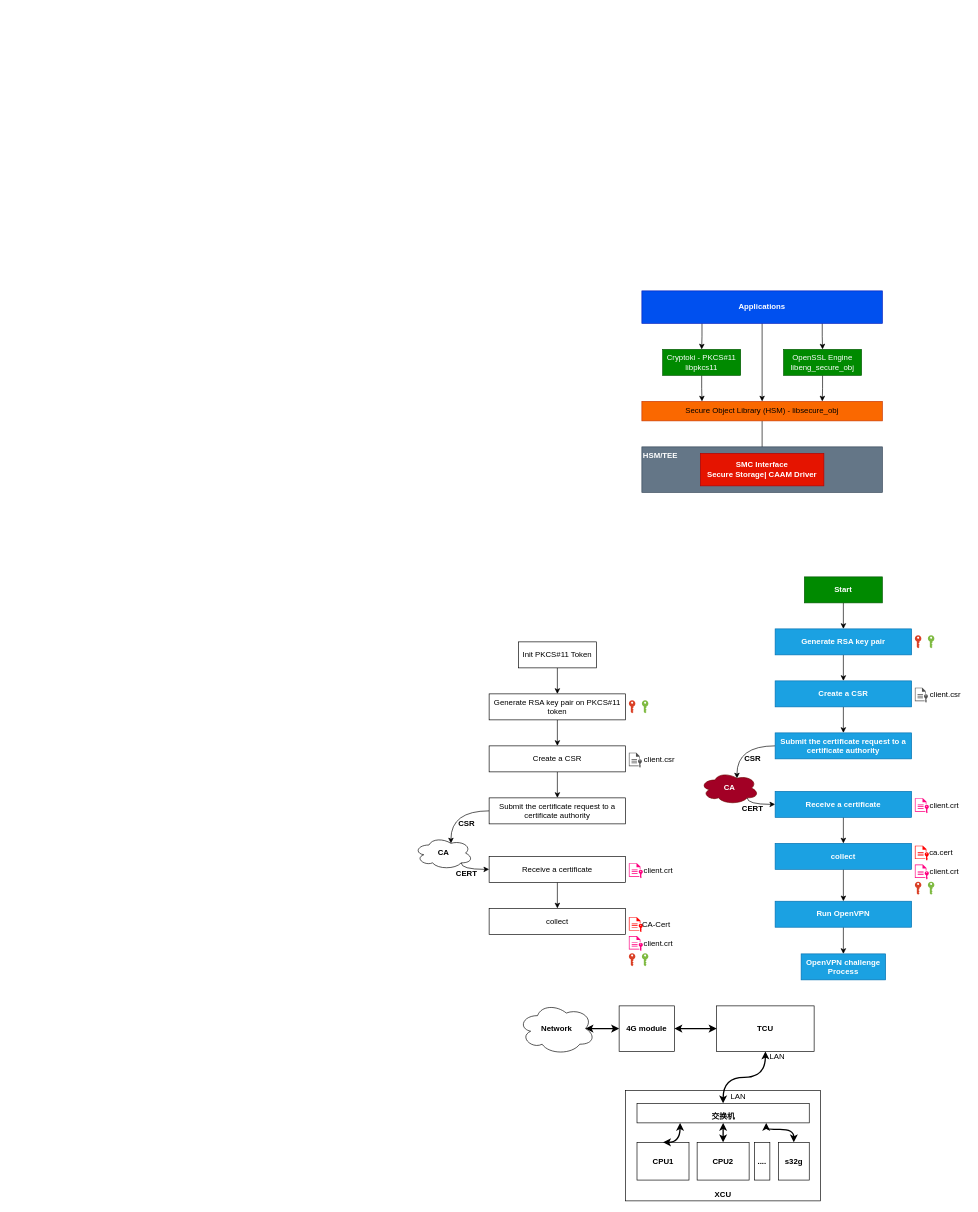
carloscn/drawio keeps this draw.io diagram as tcu_pkcs11.drawio. Above is the earlier version. Source tidied: cells renumbered, new cells numbered last; positions are measured from the earlier drawing's top-left corner, leaving out a move shared by most shapes. Both pictures are drawn from the tidied source at 65%, with x=0, y=0 at pixel (414, 291).
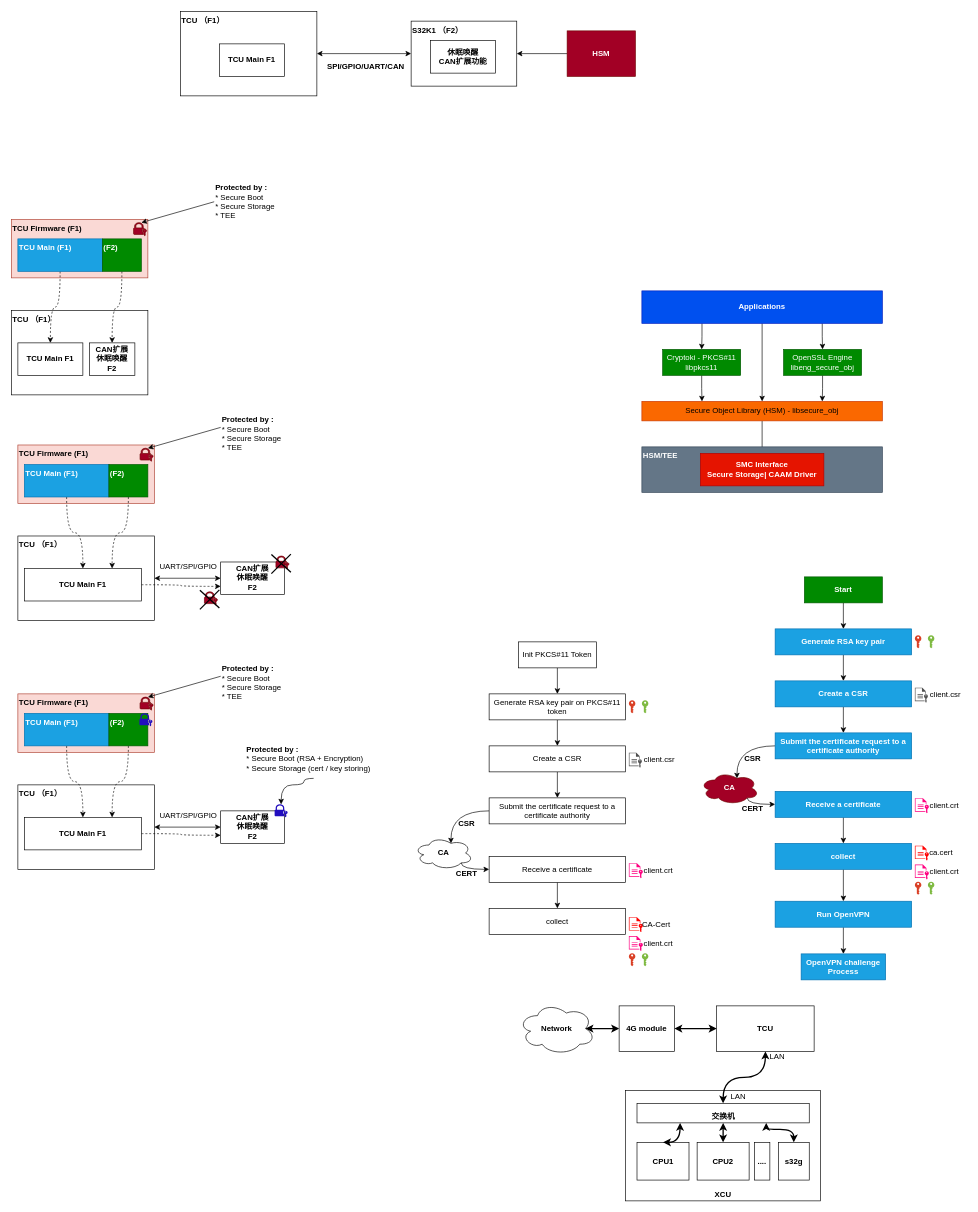
Above is the later version.

Change to the diagram source:
```diff
@@
+    <mxCell id="99" value="TCU Firmware (F1)" style="rounded=0;whiteSpace=wrap;html=1;align=left;horizontal=1;verticalAlign=top;fontStyle=1;fillColor=#fad9d5;strokeColor=#ae4132;" parent="1" vertex="1">
+      <mxGeometry x="-620" y="-110" width="210" height="90" as="geometry" />
+    </mxCell>
@@
+    <mxCell id="100" value="TCU （F1）" style="rounded=0;whiteSpace=wrap;html=1;align=left;horizontal=1;verticalAlign=top;fontStyle=1;" parent="1" vertex="1">
+      <mxGeometry x="-620" y="30" width="210" height="130" as="geometry" />
+    </mxCell>
+    <mxCell id="101" value="CAN扩展&lt;br&gt;休眠唤醒&lt;br&gt;F2" style="rounded=0;whiteSpace=wrap;html=1;fontStyle=1;" parent="1" vertex="1">
+      <mxGeometry x="-500" y="80" width="70" height="50" as="geometry" />
+    </mxCell>
+    <mxCell id="102" style="sketch=0;shadow=0;dashed=0;html=1;strokeColor=#6F0000;fillColor=#a20025;labelPosition=center;verticalLabelPosition=bottom;verticalAlign=top;align=center;shape=mxgraph.office.security.lock_with_key_security;fontColor=#ffffff;" parent="1" vertex="1">
+      <mxGeometry x="-432" y="-105" width="20" height="20" as="geometry" />
+    </mxCell>
+    <mxCell id="103" style="edgeStyle=orthogonalEdgeStyle;rounded=0;jettySize=auto;html=1;exitX=0.5;exitY=1;exitDx=0;exitDy=0;dashed=1;curved=1;" parent="1" edge="1" source="104" target="107">
+      <mxGeometry relative="1" as="geometry" />
+    </mxCell>
+    <mxCell id="104" value="TCU Main (F1)" style="rounded=0;whiteSpace=wrap;html=1;align=left;horizontal=1;verticalAlign=top;fontStyle=1;fillColor=#1ba1e2;fontColor=#ffffff;strokeColor=#006EAF;" parent="1" vertex="1">
+      <mxGeometry x="-610" y="-80" width="130" height="50" as="geometry" />
+    </mxCell>
+    <mxCell id="105" style="edgeStyle=orthogonalEdgeStyle;rounded=0;jettySize=auto;html=1;exitX=0.5;exitY=1;exitDx=0;exitDy=0;dashed=1;curved=1;" parent="1" edge="1" source="106" target="101">
+      <mxGeometry relative="1" as="geometry" />
+    </mxCell>
+    <mxCell id="106" value="(F2)" style="rounded=0;whiteSpace=wrap;html=1;align=left;horizontal=1;verticalAlign=top;fontStyle=1;fillColor=#008a00;strokeColor=#005700;fontColor=#ffffff;" parent="1" vertex="1">
+      <mxGeometry x="-480" y="-80" width="60" height="50" as="geometry" />
+    </mxCell>
+    <mxCell id="107" value="TCU Main F1" style="rounded=0;whiteSpace=wrap;html=1;fontStyle=1;" parent="1" vertex="1">
+      <mxGeometry x="-610" y="80" width="100" height="50" as="geometry" />
+    </mxCell>
+    <mxCell id="108" style="endArrow=classic;html=1;rounded=0;" parent="1" edge="1">
+      <mxGeometry relative="1" as="geometry">
+        <mxPoint x="-308" y="-137.1" as="sourcePoint" />
+        <mxPoint x="-420" y="-105" as="targetPoint" />
+      </mxGeometry>
+    </mxCell>
+    <mxCell id="109" value="&lt;b&gt;Protected by :&lt;br&gt;&lt;/b&gt;* Secure Boot&lt;br&gt;* Secure Storage&lt;br&gt;* TEE" style="text;html=1;strokeColor=none;fillColor=none;align=left;verticalAlign=middle;whiteSpace=wrap;rounded=0;" parent="1" vertex="1">
+      <mxGeometry x="-308" y="-167.1" width="180" height="60" as="geometry" />
+    </mxCell>
+    <mxCell id="110" value="TCU Firmware (F1)" style="rounded=0;whiteSpace=wrap;html=1;align=left;horizontal=1;verticalAlign=top;fontStyle=1;fillColor=#fad9d5;strokeColor=#ae4132;" parent="1" vertex="1">
+      <mxGeometry x="-610" y="237.1" width="210" height="90" as="geometry" />
+    </mxCell>
+    <mxCell id="111" style="edgeStyle=orthogonalEdgeStyle;rounded=0;jettySize=auto;html=1;exitX=1;exitY=0.5;exitDx=0;exitDy=0;startArrow=classic;startFill=1;" parent="1" edge="1" source="112" target="113">
+      <mxGeometry relative="1" as="geometry" />
+    </mxCell>
+    <mxCell id="112" value="TCU （F1）" style="rounded=0;whiteSpace=wrap;html=1;align=left;horizontal=1;verticalAlign=top;fontStyle=1;" parent="1" vertex="1">
+      <mxGeometry x="-610" y="377.1" width="210" height="130" as="geometry" />
+    </mxCell>
+    <mxCell id="113" value="CAN扩展&lt;br&gt;休眠唤醒&lt;br&gt;F2" style="rounded=0;whiteSpace=wrap;html=1;fontStyle=1;" parent="1" vertex="1">
+      <mxGeometry x="-298" y="417.1" width="98" height="50" as="geometry" />
+    </mxCell>
+    <mxCell id="114" style="sketch=0;shadow=0;dashed=0;html=1;strokeColor=#6F0000;fillColor=#a20025;labelPosition=center;verticalLabelPosition=bottom;verticalAlign=top;align=center;shape=mxgraph.office.security.lock_with_key_security;fontColor=#ffffff;" parent="1" vertex="1">
+      <mxGeometry x="-422" y="242.1" width="20" height="20" as="geometry" />
+    </mxCell>
+    <mxCell id="115" style="edgeStyle=orthogonalEdgeStyle;rounded=0;jettySize=auto;html=1;exitX=0.5;exitY=1;exitDx=0;exitDy=0;dashed=1;curved=1;" parent="1" edge="1" source="116" target="120">
+      <mxGeometry relative="1" as="geometry" />
+    </mxCell>
+    <mxCell id="116" value="TCU Main (F1)" style="rounded=0;whiteSpace=wrap;html=1;align=left;horizontal=1;verticalAlign=top;fontStyle=1;fillColor=#1ba1e2;fontColor=#ffffff;strokeColor=#006EAF;" parent="1" vertex="1">
+      <mxGeometry x="-600" y="267.1" width="130" height="50" as="geometry" />
+    </mxCell>
+    <mxCell id="117" style="edgeStyle=orthogonalEdgeStyle;rounded=0;jettySize=auto;html=1;exitX=0.5;exitY=1;exitDx=0;exitDy=0;entryX=0.75;entryY=0;entryDx=0;entryDy=0;elbow=vertical;curved=1;dashed=1;" parent="1" edge="1" source="118" target="120">
+      <mxGeometry relative="1" as="geometry" />
+    </mxCell>
+    <mxCell id="118" value="(F2)" style="rounded=0;whiteSpace=wrap;html=1;align=left;horizontal=1;verticalAlign=top;fontStyle=1;fillColor=#008a00;strokeColor=#005700;fontColor=#ffffff;" parent="1" vertex="1">
+      <mxGeometry x="-470" y="267.1" width="60" height="50" as="geometry" />
+    </mxCell>
+    <mxCell id="119" style="edgeStyle=orthogonalEdgeStyle;rounded=0;jettySize=auto;html=1;exitX=1;exitY=0.5;exitDx=0;exitDy=0;entryX=0;entryY=0.75;entryDx=0;entryDy=0;curved=1;dashed=1;" parent="1" edge="1" source="120" target="113">
+      <mxGeometry relative="1" as="geometry" />
+    </mxCell>
+    <mxCell id="120" value="TCU Main F1" style="rounded=0;whiteSpace=wrap;html=1;fontStyle=1;" parent="1" vertex="1">
+      <mxGeometry x="-600" y="427.1" width="180" height="50" as="geometry" />
+    </mxCell>
+    <mxCell id="121" style="endArrow=classic;html=1;rounded=0;" parent="1" edge="1">
+      <mxGeometry relative="1" as="geometry">
+        <mxPoint x="-298" y="210" as="sourcePoint" />
+        <mxPoint x="-410" y="242.1" as="targetPoint" />
+      </mxGeometry>
+    </mxCell>
+    <mxCell id="122" value="&lt;b&gt;Protected by :&lt;br&gt;&lt;/b&gt;* Secure Boot&lt;br&gt;* Secure Storage&lt;br&gt;* TEE" style="text;html=1;strokeColor=none;fillColor=none;align=left;verticalAlign=middle;whiteSpace=wrap;rounded=0;" parent="1" vertex="1">
+      <mxGeometry x="-298" y="190" width="180" height="60" as="geometry" />
+    </mxCell>
+    <mxCell id="123" value="UART/SPI/GPIO" style="text;html=1;align=center;verticalAlign=middle;strokeColor=none;fillColor=none;" parent="1" vertex="1">
+      <mxGeometry x="-403" y="410" width="110" height="30" as="geometry" />
+    </mxCell>
+    <mxCell id="124" style="group;" parent="1" vertex="1">
+      <mxGeometry x="-220" y="405" width="30" height="30" as="geometry" />
+    </mxCell>
+    <mxCell id="125" style="sketch=0;shadow=0;dashed=0;html=1;strokeColor=#6F0000;fillColor=#a20025;labelPosition=center;verticalLabelPosition=bottom;verticalAlign=top;align=center;shape=mxgraph.office.security.lock_with_key_security;fontColor=#ffffff;" parent="124" vertex="1">
+      <mxGeometry x="7" y="3" width="20" height="20" as="geometry" />
+    </mxCell>
+    <mxCell id="126" style="endArrow=none;html=1;rounded=0;strokeWidth=2;" parent="124" edge="1">
+      <mxGeometry relative="1" as="geometry">
+        <mxPoint y="30" as="sourcePoint" />
+        <mxPoint x="30" as="targetPoint" />
+      </mxGeometry>
+    </mxCell>
+    <mxCell id="127" style="endArrow=none;html=1;rounded=0;strokeWidth=2;" parent="124" edge="1">
+      <mxGeometry relative="1" as="geometry">
+        <mxPoint x="30" y="27.9" as="sourcePoint" />
+        <mxPoint y="0.7" as="targetPoint" />
+      </mxGeometry>
+    </mxCell>
+    <mxCell id="128" style="group;" parent="1" vertex="1">
+      <mxGeometry x="-330" y="460" width="30" height="30" as="geometry" />
+    </mxCell>
+    <mxCell id="129" style="sketch=0;shadow=0;dashed=0;html=1;strokeColor=#6F0000;fillColor=#a20025;labelPosition=center;verticalLabelPosition=bottom;verticalAlign=top;align=center;shape=mxgraph.office.security.lock_with_key_security;fontColor=#ffffff;" parent="128" vertex="1">
+      <mxGeometry x="7" y="3" width="20" height="20" as="geometry" />
+    </mxCell>
+    <mxCell id="130" style="endArrow=none;html=1;rounded=0;strokeWidth=2;" parent="128" edge="1">
+      <mxGeometry relative="1" as="geometry">
+        <mxPoint y="30" as="sourcePoint" />
+        <mxPoint x="30" as="targetPoint" />
+      </mxGeometry>
+    </mxCell>
+    <mxCell id="131" style="endArrow=none;html=1;rounded=0;strokeWidth=2;" parent="128" edge="1">
+      <mxGeometry relative="1" as="geometry">
+        <mxPoint x="30" y="27.9" as="sourcePoint" />
+        <mxPoint y="0.7" as="targetPoint" />
+      </mxGeometry>
+    </mxCell>
+    <mxCell id="132" value="TCU Firmware (F1)" style="rounded=0;whiteSpace=wrap;html=1;align=left;horizontal=1;verticalAlign=top;fontStyle=1;fillColor=#fad9d5;strokeColor=#ae4132;" parent="1" vertex="1">
+      <mxGeometry x="-610" y="620" width="210" height="90" as="geometry" />
+    </mxCell>
+    <mxCell id="133" style="edgeStyle=orthogonalEdgeStyle;rounded=0;jettySize=auto;html=1;exitX=1;exitY=0.5;exitDx=0;exitDy=0;startArrow=classic;startFill=1;" parent="1" edge="1" source="134" target="135">
+      <mxGeometry relative="1" as="geometry" />
+    </mxCell>
+    <mxCell id="134" value="TCU （F1）" style="rounded=0;whiteSpace=wrap;html=1;align=left;horizontal=1;verticalAlign=top;fontStyle=1;" parent="1" vertex="1">
+      <mxGeometry x="-610" y="760" width="210" height="130" as="geometry" />
+    </mxCell>
+    <mxCell id="135" value="CAN扩展&lt;br&gt;休眠唤醒&lt;br&gt;F2" style="rounded=0;whiteSpace=wrap;html=1;fontStyle=1;" parent="1" vertex="1">
+      <mxGeometry x="-298" y="800" width="98" height="50" as="geometry" />
+    </mxCell>
+    <mxCell id="136" style="sketch=0;shadow=0;dashed=0;html=1;strokeColor=#6F0000;fillColor=#a20025;labelPosition=center;verticalLabelPosition=bottom;verticalAlign=top;align=center;shape=mxgraph.office.security.lock_with_key_security;fontColor=#ffffff;" parent="1" vertex="1">
+      <mxGeometry x="-422" y="625" width="20" height="20" as="geometry" />
+    </mxCell>
+    <mxCell id="137" style="edgeStyle=orthogonalEdgeStyle;rounded=0;jettySize=auto;html=1;exitX=0.5;exitY=1;exitDx=0;exitDy=0;dashed=1;curved=1;" parent="1" edge="1" source="138" target="142">
+      <mxGeometry relative="1" as="geometry" />
+    </mxCell>
+    <mxCell id="138" value="TCU Main (F1)" style="rounded=0;whiteSpace=wrap;html=1;align=left;horizontal=1;verticalAlign=top;fontStyle=1;fillColor=#1ba1e2;fontColor=#ffffff;strokeColor=#006EAF;" parent="1" vertex="1">
+      <mxGeometry x="-600" y="650" width="130" height="50" as="geometry" />
+    </mxCell>
+    <mxCell id="139" style="edgeStyle=orthogonalEdgeStyle;rounded=0;jettySize=auto;html=1;exitX=0.5;exitY=1;exitDx=0;exitDy=0;entryX=0.75;entryY=0;entryDx=0;entryDy=0;elbow=vertical;curved=1;dashed=1;" parent="1" edge="1" source="140" target="142">
+      <mxGeometry relative="1" as="geometry" />
+    </mxCell>
+    <mxCell id="140" value="(F2)" style="rounded=0;whiteSpace=wrap;html=1;align=left;horizontal=1;verticalAlign=top;fontStyle=1;fillColor=#008a00;strokeColor=#005700;fontColor=#ffffff;" parent="1" vertex="1">
+      <mxGeometry x="-470" y="650" width="60" height="50" as="geometry" />
+    </mxCell>
+    <mxCell id="141" style="edgeStyle=orthogonalEdgeStyle;rounded=0;jettySize=auto;html=1;exitX=1;exitY=0.5;exitDx=0;exitDy=0;entryX=0;entryY=0.75;entryDx=0;entryDy=0;curved=1;dashed=1;" parent="1" edge="1" source="142" target="135">
+      <mxGeometry relative="1" as="geometry" />
+    </mxCell>
+    <mxCell id="142" value="TCU Main F1" style="rounded=0;whiteSpace=wrap;html=1;fontStyle=1;" parent="1" vertex="1">
+      <mxGeometry x="-600" y="810" width="180" height="50" as="geometry" />
+    </mxCell>
+    <mxCell id="143" style="endArrow=classic;html=1;rounded=0;" parent="1" edge="1">
+      <mxGeometry relative="1" as="geometry">
+        <mxPoint x="-298" y="592.9" as="sourcePoint" />
+        <mxPoint x="-410" y="625" as="targetPoint" />
+      </mxGeometry>
+    </mxCell>
+    <mxCell id="144" value="&lt;b&gt;Protected by :&lt;br&gt;&lt;/b&gt;* Secure Boot&lt;br&gt;* Secure Storage&lt;br&gt;* TEE" style="text;html=1;strokeColor=none;fillColor=none;align=left;verticalAlign=middle;whiteSpace=wrap;rounded=0;" parent="1" vertex="1">
+      <mxGeometry x="-298" y="572.9" width="180" height="60" as="geometry" />
+    </mxCell>
+    <mxCell id="145" value="UART/SPI/GPIO" style="text;html=1;align=center;verticalAlign=middle;strokeColor=none;fillColor=none;" parent="1" vertex="1">
+      <mxGeometry x="-403" y="792.9" width="110" height="30" as="geometry" />
+    </mxCell>
+    <mxCell id="146" style="sketch=0;shadow=0;dashed=0;html=1;strokeColor=none;fillColor=#220dbf;labelPosition=center;verticalLabelPosition=bottom;verticalAlign=top;align=center;shape=mxgraph.office.security.lock_with_key_security;fontColor=#ffffff;" parent="1" vertex="1">
+      <mxGeometry x="-423" y="650" width="20" height="20" as="geometry" />
+    </mxCell>
+    <mxCell id="147" style="sketch=0;shadow=0;dashed=0;html=1;strokeColor=none;fillColor=#220dbf;labelPosition=center;verticalLabelPosition=bottom;verticalAlign=top;outlineConnect=0;align=center;shape=mxgraph.office.security.lock_with_key_security;fontColor=#ffffff;" parent="1" vertex="1">
+      <mxGeometry x="-215" y="790" width="20" height="20" as="geometry" />
+    </mxCell>
+    <mxCell id="148" style="edgeStyle=orthogonalEdgeStyle;rounded=0;jettySize=auto;html=1;exitX=0.5;exitY=1;exitDx=0;exitDy=0;elbow=vertical;curved=1;" parent="1" edge="1" source="149" target="147">
+      <mxGeometry relative="1" as="geometry">
+        <Array as="points">
+          <mxPoint x="-170" y="760" />
+          <mxPoint x="-205" y="760" />
+        </Array>
+      </mxGeometry>
+    </mxCell>
+    <mxCell id="149" value="&lt;b&gt;Protected by :&lt;br&gt;&lt;/b&gt;* Secure Boot (RSA + Encryption)&lt;br&gt;* Secure Storage (cert / key storing)" style="text;html=1;strokeColor=none;fillColor=none;align=left;verticalAlign=middle;whiteSpace=wrap;rounded=0;" parent="1" vertex="1">
+      <mxGeometry x="-260" y="690" width="210" height="60" as="geometry" />
+    </mxCell>
+    <mxCell id="150" style="edgeStyle=orthogonalEdgeStyle;rounded=0;jettySize=auto;html=1;exitX=1;exitY=0.5;exitDx=0;exitDy=0;entryX=0;entryY=0.5;entryDx=0;entryDy=0;startArrow=classic;startFill=1;" parent="1" edge="1" source="151" target="153">
+      <mxGeometry relative="1" as="geometry" />
+    </mxCell>
+    <mxCell id="151" value="TCU （F1）" style="rounded=0;whiteSpace=wrap;html=1;align=left;horizontal=1;verticalAlign=top;fontStyle=1;" parent="1" vertex="1">
+      <mxGeometry x="-360" y="-430" width="210" height="130" as="geometry" />
+    </mxCell>
+    <mxCell id="152" value="TCU Main F1" style="rounded=0;whiteSpace=wrap;html=1;fontStyle=1;" parent="1" vertex="1">
+      <mxGeometry x="-300" y="-380" width="100" height="50" as="geometry" />
+    </mxCell>
+    <mxCell id="153" value="S32K1 （F2）" style="rounded=0;whiteSpace=wrap;html=1;align=left;horizontal=1;verticalAlign=top;fontStyle=1;" parent="1" vertex="1">
+      <mxGeometry x="-5" y="-415" width="162.5" height="100" as="geometry" />
+    </mxCell>
+    <mxCell id="154" value="休眠唤醒&lt;br&gt;CAN扩展功能" style="rounded=0;whiteSpace=wrap;html=1;fontStyle=1;" parent="1" vertex="1">
+      <mxGeometry x="25" y="-385" width="100" height="50" as="geometry" />
+    </mxCell>
+    <mxCell id="155" value="SPI/GPIO/UART/CAN" style="text;html=1;align=center;verticalAlign=middle;strokeColor=none;fillColor=none;fontStyle=1;" parent="1" vertex="1">
+      <mxGeometry x="-145" y="-360" width="140" height="30" as="geometry" />
+    </mxCell>
+    <mxCell id="156" style="edgeStyle=orthogonalEdgeStyle;rounded=0;jettySize=auto;html=1;" parent="1" edge="1" source="157" target="153">
+      <mxGeometry relative="1" as="geometry" />
+    </mxCell>
+    <mxCell id="157" value="HSM" style="rounded=0;whiteSpace=wrap;html=1;align=center;horizontal=1;verticalAlign=middle;fontStyle=1;fillColor=#a20025;fontColor=#ffffff;strokeColor=#6F0000;" parent="1" vertex="1">
+      <mxGeometry x="235" y="-400" width="105" height="70" as="geometry" />
+    </mxCell>
```
